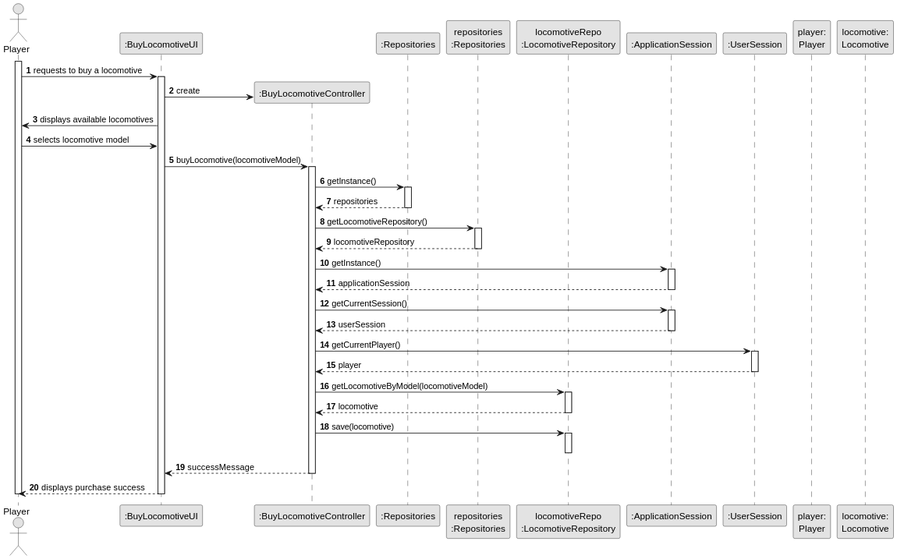
The PlantUML diagram docs/sprint2/us009/03.design/svg/us009-sequence-diagram-full.svg in ivasduarte/all-aboard, before a commit.
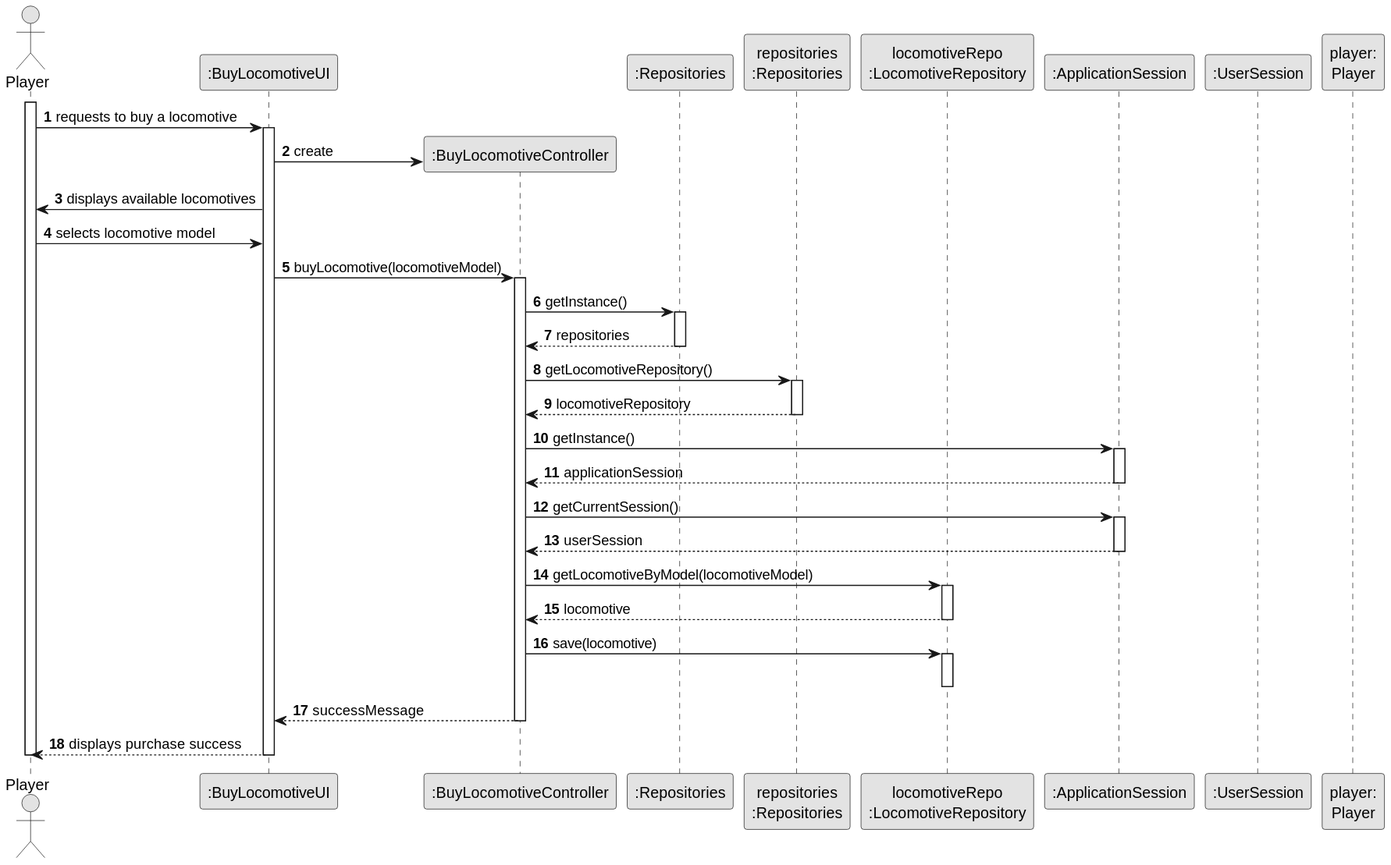
After the change.

Commit message:
US003/009(docs): adding partial sequence diagrams + corrections on getting the current user session

What changed in the source:
```diff
@@ -14,7 +14,6 @@
 participant ":ApplicationSession" as AppSession
 participant ":UserSession" as UserSession
 participant "player:\nPlayer" as PlayerObj
-participant "locomotive:\nLocomotive" as Locomotive
 
 activate Player
 
@@ -49,11 +48,6 @@
 AppSession --> CTRL : userSession
 deactivate AppSession
 
-CTRL -> UserSession : getCurrentPlayer()
-activate UserSession
-UserSession --> CTRL : player
-deactivate UserSession
-
 CTRL -> LocomotiveRepo : getLocomotiveByModel(locomotiveModel)
 activate LocomotiveRepo
 LocomotiveRepo --> CTRL : locomotive
```
